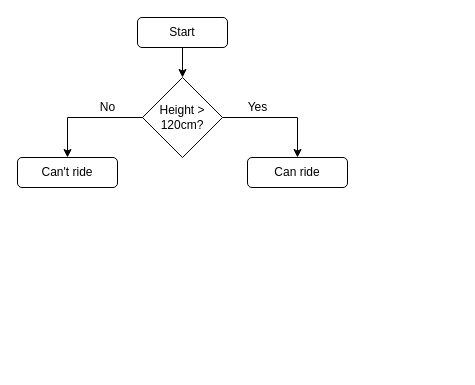
This is BasicFlowCharts.drawio from Jayachandrakumar21/Python, a draw.io file, before an edit. Source tidied: cells renumbered, new cells numbered last; positions are measured from the earlier drawing's top-left corner, leaving out a move shared by most shapes. Both pictures are drawn from the tidied source at 100%, with x=0, y=0 at pixel (17, 17).
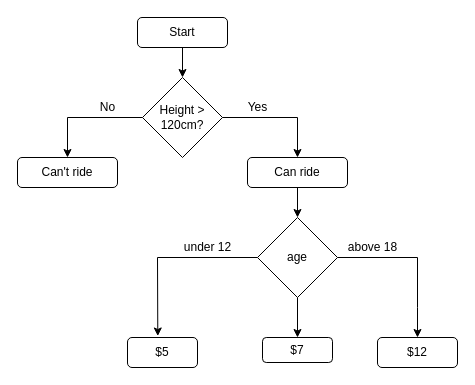
Above is the later version.

Unchanged cells that the change refers to:
```xml
<mxCell id="5" value="Can ride" style="rounded=1;whiteSpace=wrap;html=1;" parent="1" vertex="1">
  <mxGeometry x="230" y="140" width="100" height="30" as="geometry" />
</mxCell>
```

The edit, as a diff of the source:
```diff
@@
+    <mxCell id="11" style="edgeStyle=orthogonalEdgeStyle;rounded=0;jettySize=auto;html=1;entryX=0.5;entryY=0;entryDx=0;entryDy=0;exitX=1;exitY=0.5;exitDx=0;exitDy=0;" parent="1" edge="1" source="13" target="15">
+      <mxGeometry relative="1" as="geometry">
+        <Array as="points">
+          <mxPoint x="400" y="240" />
+          <mxPoint x="400" y="290" />
+        </Array>
+      </mxGeometry>
+    </mxCell>
@@
+    <mxCell id="12" style="edgeStyle=orthogonalEdgeStyle;rounded=0;jettySize=auto;html=1;entryX=0.5;entryY=0;entryDx=0;entryDy=0;" parent="1" edge="1" source="13" target="20">
+      <mxGeometry relative="1" as="geometry" />
+    </mxCell>
+    <mxCell id="13" value="age" style="rhombus;whiteSpace=wrap;html=1;" parent="1" vertex="1">
+      <mxGeometry x="240" y="200" width="80" height="80" as="geometry" />
+    </mxCell>
+    <mxCell id="14" value="$5" style="rounded=1;whiteSpace=wrap;html=1;" parent="1" vertex="1">
+      <mxGeometry x="110" y="320" width="70" height="30" as="geometry" />
+    </mxCell>
+    <mxCell id="15" value="$12" style="rounded=1;whiteSpace=wrap;html=1;" parent="1" vertex="1">
+      <mxGeometry x="360" y="320" width="80" height="30" as="geometry" />
+    </mxCell>
+    <mxCell id="16" style="endArrow=classic;html=1;rounded=0;exitX=0;exitY=0.5;exitDx=0;exitDy=0;entryX=0.433;entryY=-0.05;entryDx=0;entryDy=0;entryPerimeter=0;" parent="1" edge="1" source="13" target="14">
+      <mxGeometry relative="1" as="geometry">
+        <Array as="points">
+          <mxPoint x="140" y="240" />
+        </Array>
+      </mxGeometry>
+    </mxCell>
+    <mxCell id="17" style="endArrow=classic;html=1;rounded=0;exitX=0.5;exitY=1;exitDx=0;exitDy=0;" parent="1" edge="1" source="5" target="13">
+      <mxGeometry relative="1" as="geometry" />
+    </mxCell>
+    <mxCell id="18" value="under 12" style="text;html=1;align=center;verticalAlign=middle;strokeColor=none;fillColor=none;" parent="1" vertex="1">
+      <mxGeometry x="155" y="215" width="70" height="30" as="geometry" />
+    </mxCell>
+    <mxCell id="19" value="above 18" style="text;html=1;align=center;verticalAlign=middle;strokeColor=none;fillColor=none;" parent="1" vertex="1">
+      <mxGeometry x="320" y="215" width="70" height="30" as="geometry" />
+    </mxCell>
+    <mxCell id="20" value="$7" style="rounded=1;whiteSpace=wrap;html=1;" parent="1" vertex="1">
+      <mxGeometry x="245" y="320" width="70" height="25" as="geometry" />
+    </mxCell>
```
